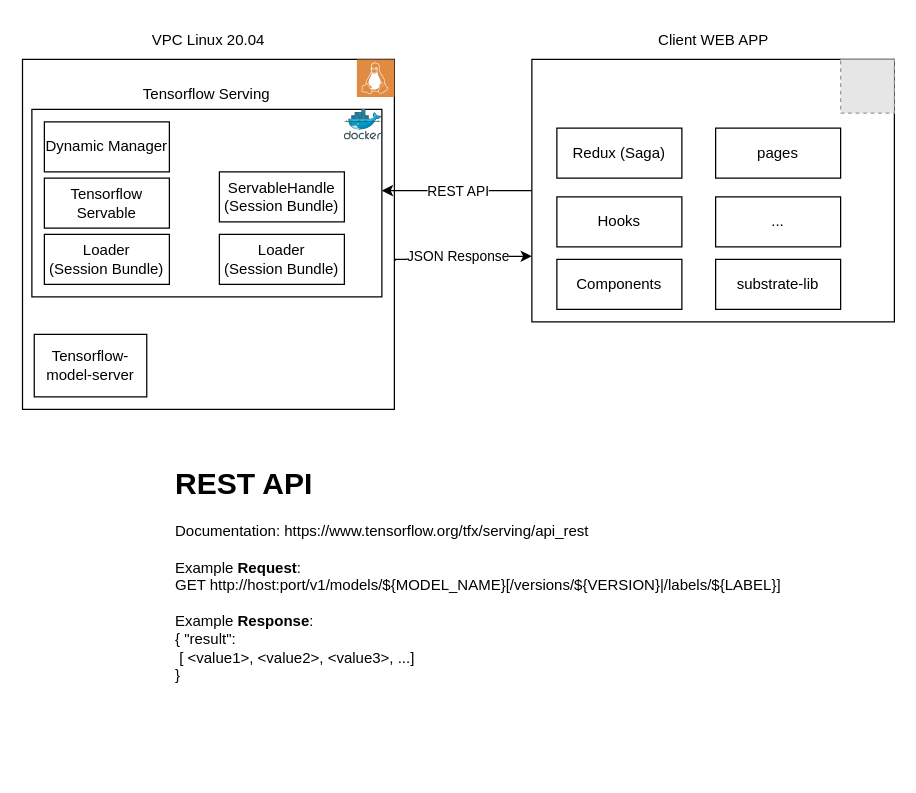
Before: designs/architecture/Tensorflow.drawio in UniversalDot/documents, a draw.io diagram. Source tidied: cells renumbered, new cells numbered last; positions are measured from the earlier drawing's top-left corner, leaving out a move shared by most shapes. Both pictures are drawn from the tidied source at 125%, with x=0, y=0 at pixel (21, 21). Pictures stored in the file or linked from it are replaced by grey dashed boxes.
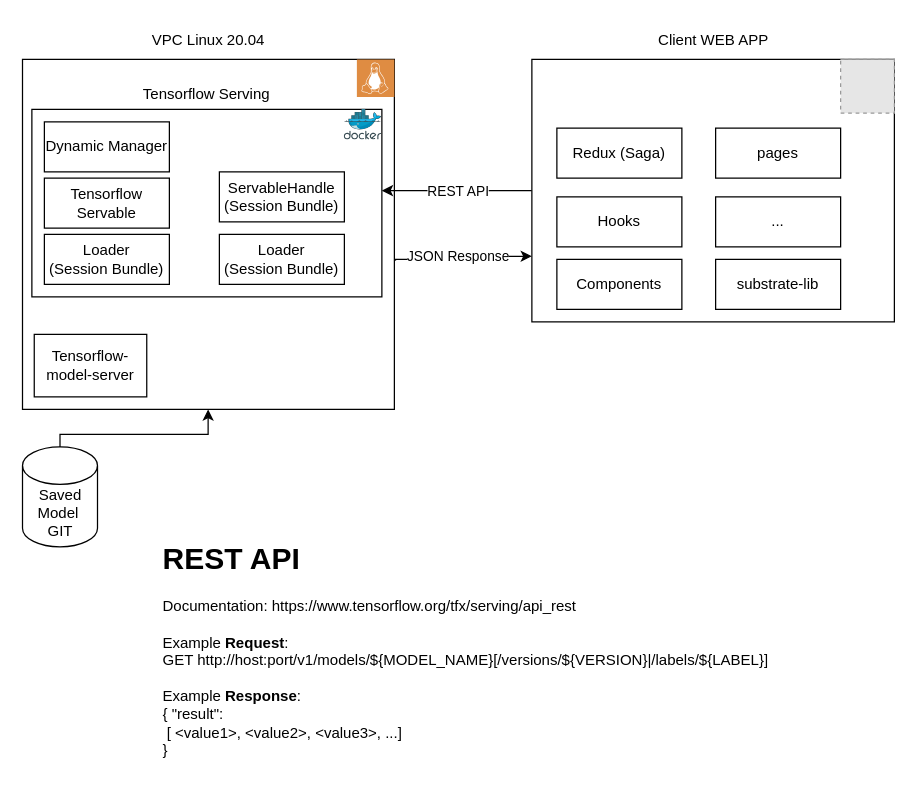
After the change.

The change refers to these unchanged cells:
```xml
<mxCell id="5" style="rounded=0;whiteSpace=wrap;html=1;" parent="1" vertex="1">
  <mxGeometry x="0.5" y="30" width="297.5" height="280" as="geometry" />
</mxCell>
```

Change to the diagram source:
```diff
@@
     <mxCell id="13" value="&lt;h1&gt;REST API&amp;nbsp;&lt;/h1&gt;Documentation: https://www.tensorflow.org/tfx/serving/api_rest&lt;div&gt;&lt;br&gt;&lt;/div&gt;&lt;div&gt;Example &lt;b&gt;Request&lt;/b&gt;:&lt;/div&gt;&lt;div&gt;GET http://host:port/v1/models/${MODEL_NAME}[/versions/${VERSION}|/labels/${LABEL}]&lt;br&gt;&lt;/div&gt;&lt;div&gt;&lt;br&gt;&lt;/div&gt;&lt;div&gt;Example &lt;b&gt;Response&lt;/b&gt;:&lt;/div&gt;&lt;div&gt;{ &quot;result&quot;:&amp;nbsp;&lt;/div&gt;&lt;div&gt;&lt;span style=&quot;white-space: pre;&quot;&gt; &lt;/span&gt;[ &amp;lt;value1&amp;gt;, &amp;lt;value2&amp;gt;, &amp;lt;value3&amp;gt;, ...]&amp;nbsp;&lt;/div&gt;&lt;div&gt;}&lt;br&gt;&lt;/div&gt;&lt;p&gt;&lt;br&gt;&lt;/p&gt;&lt;p&gt;&lt;br&gt;&lt;/p&gt;&lt;p&gt;&lt;br&gt;&lt;/p&gt;" style="text;html=1;strokeColor=none;fillColor=none;spacing=5;spacingTop=-20;whiteSpace=wrap;overflow=hidden;rounded=0;" parent="1" vertex="1">
-      <mxGeometry x="118" y="350" width="510" height="190" as="geometry" />
+      <mxGeometry x="108" y="410" width="510" height="190" as="geometry" />
     </mxCell>
@@
+    <mxCell id="27" style="edgeStyle=orthogonalEdgeStyle;rounded=0;jettySize=auto;html=1;exitX=0.5;exitY=0;exitDx=0;exitDy=0;exitPerimeter=0;" parent="1" edge="1" source="28" target="5">
+      <mxGeometry relative="1" as="geometry">
+        <Array as="points">
+          <mxPoint x="31" y="330" />
+          <mxPoint x="149" y="330" />
+        </Array>
+      </mxGeometry>
+    </mxCell>
+    <mxCell id="28" value="Saved Model&amp;nbsp;&lt;br&gt;GIT" style="shape=cylinder3;whiteSpace=wrap;html=1;boundedLbl=1;backgroundOutline=1;size=15;" parent="1" vertex="1">
+      <mxGeometry x="0.5" y="340" width="60" height="80" as="geometry" />
+    </mxCell>
```
